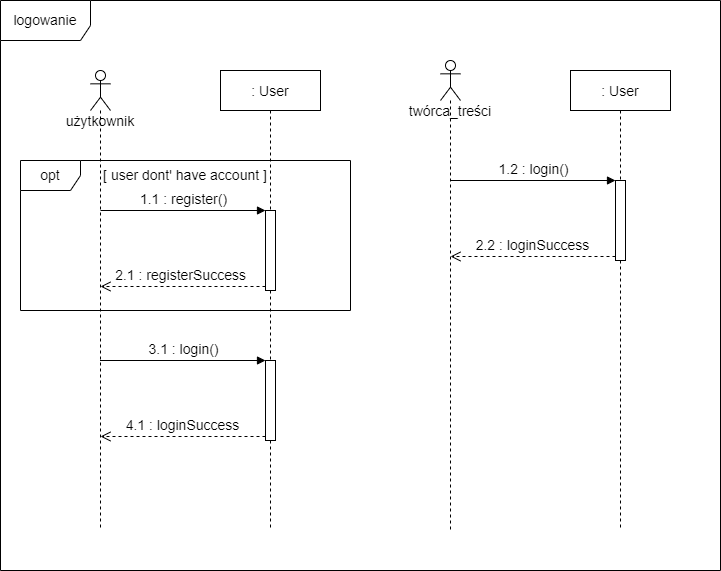
Earlier version of the draw.io export doc/Diagramy_UML/Diagram_Sekwencji_Logowanie.png (WOTxp/PZ21-22). Source tidied: cells renumbered, new cells last; positions are measured from the earlier drawing's top-left corner, leaving out a move shared by most shapes.
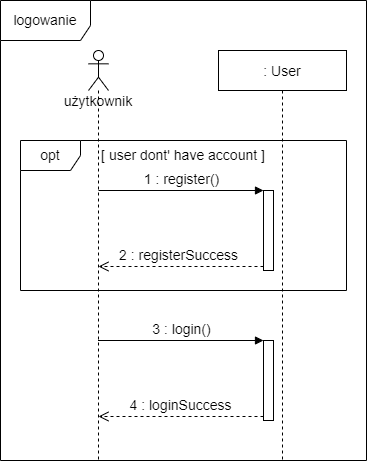
The same file after the commit.

Diff of the diagram source:
```diff
@@ -2,65 +2,46 @@
   <root>
     <mxCell id="0" />
     <mxCell id="1" parent="0" />
-    <mxCell id="2" value="&lt;font style=&quot;font-size: 14px&quot;&gt;użytkownik&lt;/font&gt;" style="shape=umlLifeline;participant=umlActor;perimeter=lifelinePerimeter;whiteSpace=wrap;html=1;verticalAlign=top;spacingTop=36;size=40;align=center;" parent="1" vertex="1">
-      <mxGeometry x="90" y="70" width="20" height="460" as="geometry" />
+    <mxCell id="2" value="&lt;font style=&quot;font-size: 14px&quot;&gt;użytkownik&lt;/font&gt;" style="shape=umlLifeline;participant=umlActor;perimeter=lifelinePerimeter;whiteSpace=wrap;html=1;verticalAlign=top;spacingTop=36;size=40;align=center;shadow=0;" parent="1" vertex="1">
+      <mxGeometry x="90" y="70" width="20" height="410" as="geometry" />
     </mxCell>
-    <mxCell id="3" value="&lt;font style=&quot;font-size: 14px&quot;&gt;: User&lt;/font&gt;" style="shape=umlLifeline;perimeter=lifelinePerimeter;whiteSpace=wrap;html=1;fontSize=16;strokeWidth=1;align=center;" parent="1" vertex="1">
-      <mxGeometry x="220" y="70" width="100" height="460" as="geometry" />
-    </mxCell>
+    <mxCell id="18" value="&lt;font style=&quot;font-size: 14px&quot;&gt;: User&lt;/font&gt;" style="shape=umlLifeline;perimeter=lifelinePerimeter;whiteSpace=wrap;html=1;fontSize=16;strokeWidth=1;align=center;shadow=0;" parent="1" vertex="1">
+      <mxGeometry x="220" y="70" width="128" height="410" as="geometry" />
+    </mxCell>
-    <mxCell id="4" value="opt" style="shape=umlFrame;whiteSpace=wrap;html=1;fontSize=14;strokeWidth=1;align=center;" parent="1" vertex="1">
-      <mxGeometry x="20" y="160" width="330" height="150" as="geometry" />
+    <mxCell id="4" value="opt" style="shape=umlFrame;whiteSpace=wrap;html=1;fontSize=14;strokeWidth=1;align=center;shadow=0;" parent="18" vertex="1">
+      <mxGeometry x="-198" y="90" width="326" height="150" as="geometry" />
     </mxCell>
-    <mxCell id="5" value="[ user dont' have account ]" style="text;html=1;strokeColor=none;fillColor=none;align=center;verticalAlign=middle;whiteSpace=wrap;rounded=0;fontSize=14;" parent="1" vertex="1">
+    <mxCell id="5" value="[ user dont' have account ]" style="text;html=1;strokeColor=none;fillColor=none;align=center;verticalAlign=middle;whiteSpace=wrap;rounded=0;fontSize=14;shadow=1;" parent="1" vertex="1">
       <mxGeometry x="90" y="160" width="190" height="30" as="geometry" />
     </mxCell>
-    <mxCell id="6" style="html=1;points=[];perimeter=orthogonalPerimeter;fontSize=14;strokeWidth=1;align=center;" parent="1" vertex="1">
-      <mxGeometry x="265" y="210" width="10" height="80" as="geometry" />
-    </mxCell>
-    <mxCell id="7" value="1.1 : register()" style="html=1;verticalAlign=bottom;endArrow=block;entryX=0;entryY=0;rounded=0;fontSize=14;strokeColor=default;strokeWidth=1;" parent="1" edge="1" target="6">
-      <mxGeometry relative="1" as="geometry">
-        <mxPoint x="100" y="210" as="sourcePoint" />
-      </mxGeometry>
-    </mxCell>
-    <mxCell id="8" value="2.1 : registerSuccess&amp;nbsp;" style="html=1;verticalAlign=bottom;endArrow=open;dashed=1;endSize=8;exitX=0;exitY=0.95;rounded=0;fontSize=14;strokeColor=default;strokeWidth=1;" parent="1" edge="1" source="6">
-      <mxGeometry relative="1" as="geometry">
-        <mxPoint x="100" y="286" as="targetPoint" />
-      </mxGeometry>
-    </mxCell>
-    <mxCell id="9" style="html=1;points=[];perimeter=orthogonalPerimeter;fontSize=14;strokeWidth=1;align=center;" parent="1" vertex="1">
-      <mxGeometry x="265" y="360" width="10" height="80" as="geometry" />
-    </mxCell>
-    <mxCell id="10" value="3.1 : login()" style="html=1;verticalAlign=bottom;endArrow=block;entryX=0;entryY=0;rounded=0;fontSize=14;strokeColor=default;strokeWidth=1;" parent="1" edge="1" target="9">
-      <mxGeometry relative="1" as="geometry">
-        <mxPoint x="99.5" y="360" as="sourcePoint" />
-      </mxGeometry>
-    </mxCell>
-    <mxCell id="11" value="4.1 : loginSuccess" style="html=1;verticalAlign=bottom;endArrow=open;dashed=1;endSize=8;exitX=0;exitY=0.95;rounded=0;fontSize=14;strokeColor=default;strokeWidth=1;" parent="1" edge="1" source="9">
-      <mxGeometry relative="1" as="geometry">
-        <mxPoint x="100" y="436" as="targetPoint" />
-      </mxGeometry>
-    </mxCell>
-    <mxCell id="12" value="&lt;font style=&quot;font-size: 14px&quot;&gt;twórca_treści&lt;/font&gt;" style="shape=umlLifeline;participant=umlActor;perimeter=lifelinePerimeter;whiteSpace=wrap;html=1;verticalAlign=top;spacingTop=36;size=40;align=center;" parent="1" vertex="1">
-      <mxGeometry x="440" y="60" width="20" height="470" as="geometry" />
-    </mxCell>
-    <mxCell id="13" value="&lt;font style=&quot;font-size: 14px&quot;&gt;: User&lt;/font&gt;" style="shape=umlLifeline;perimeter=lifelinePerimeter;whiteSpace=wrap;html=1;fontSize=16;strokeWidth=1;align=center;" parent="1" vertex="1">
-      <mxGeometry x="570" y="70" width="100" height="460" as="geometry" />
-    </mxCell>
-    <mxCell id="14" style="html=1;points=[];perimeter=orthogonalPerimeter;fontSize=14;strokeWidth=1;align=center;" parent="13" vertex="1">
-      <mxGeometry x="45" y="110" width="10" height="80" as="geometry" />
-    </mxCell>
-    <mxCell id="15" value="1.2 : login()" style="html=1;verticalAlign=bottom;endArrow=block;entryX=0;entryY=0;rounded=0;fontSize=14;strokeColor=default;strokeWidth=1;" parent="13" edge="1" target="14">
-      <mxGeometry relative="1" as="geometry">
-        <mxPoint x="-120.5" y="110" as="sourcePoint" />
-      </mxGeometry>
-    </mxCell>
-    <mxCell id="16" value="2.2 : loginSuccess" style="html=1;verticalAlign=bottom;endArrow=open;dashed=1;endSize=8;exitX=0;exitY=0.95;rounded=0;fontSize=14;strokeColor=default;strokeWidth=1;" parent="13" edge="1" source="14">
-      <mxGeometry relative="1" as="geometry">
-        <mxPoint x="-120" y="186" as="targetPoint" />
-      </mxGeometry>
-    </mxCell>
+    <mxCell id="19" style="html=1;points=[];perimeter=orthogonalPerimeter;fontSize=14;strokeWidth=1;align=center;shadow=0;" parent="1" vertex="1">
+      <mxGeometry x="265" y="210" width="10" height="80" as="geometry" />
+    </mxCell>
+    <mxCell id="20" value="1 : register()" style="html=1;verticalAlign=bottom;endArrow=block;entryX=0;entryY=0;rounded=0;fontSize=14;strokeColor=default;strokeWidth=1;shadow=0;" parent="1" edge="1" target="19">
+      <mxGeometry relative="1" as="geometry">
+        <mxPoint x="100" y="210" as="sourcePoint" />
+      </mxGeometry>
+    </mxCell>
+    <mxCell id="21" value="2 : registerSuccess&amp;nbsp;" style="html=1;verticalAlign=bottom;endArrow=open;dashed=1;endSize=8;exitX=0;exitY=0.95;rounded=0;fontSize=14;strokeColor=default;strokeWidth=1;shadow=0;" parent="1" edge="1" source="19">
+      <mxGeometry relative="1" as="geometry">
+        <mxPoint x="100" y="286" as="targetPoint" />
+      </mxGeometry>
+    </mxCell>
+    <mxCell id="22" style="html=1;points=[];perimeter=orthogonalPerimeter;fontSize=14;strokeWidth=1;align=center;shadow=0;" parent="1" vertex="1">
+      <mxGeometry x="265" y="360" width="10" height="80" as="geometry" />
+    </mxCell>
+    <mxCell id="23" value="3 : login()" style="html=1;verticalAlign=bottom;endArrow=block;entryX=0;entryY=0;rounded=0;fontSize=14;strokeColor=default;strokeWidth=1;shadow=0;" parent="1" edge="1" target="22">
+      <mxGeometry relative="1" as="geometry">
+        <mxPoint x="99.5" y="360" as="sourcePoint" />
+      </mxGeometry>
+    </mxCell>
+    <mxCell id="24" value="4 : loginSuccess" style="html=1;verticalAlign=bottom;endArrow=open;dashed=1;endSize=8;exitX=0;exitY=0.95;rounded=0;fontSize=14;strokeColor=default;strokeWidth=1;shadow=0;" parent="1" edge="1" source="22">
+      <mxGeometry relative="1" as="geometry">
+        <mxPoint x="100" y="436" as="targetPoint" />
+      </mxGeometry>
+    </mxCell>
-    <mxCell id="17" value="logowanie" style="shape=umlFrame;whiteSpace=wrap;html=1;fontSize=14;strokeWidth=1;align=center;width=90;height=40;" parent="1" vertex="1">
-      <mxGeometry width="720" height="570" as="geometry" />
+    <mxCell id="17" value="logowanie" style="shape=umlFrame;whiteSpace=wrap;html=1;fontSize=14;strokeWidth=1;align=center;width=90;height=40;shadow=0;" parent="1" vertex="1">
+      <mxGeometry x="2" y="20" width="366" height="460" as="geometry" />
     </mxCell>
   </root>
 </mxGraphModel>
```
